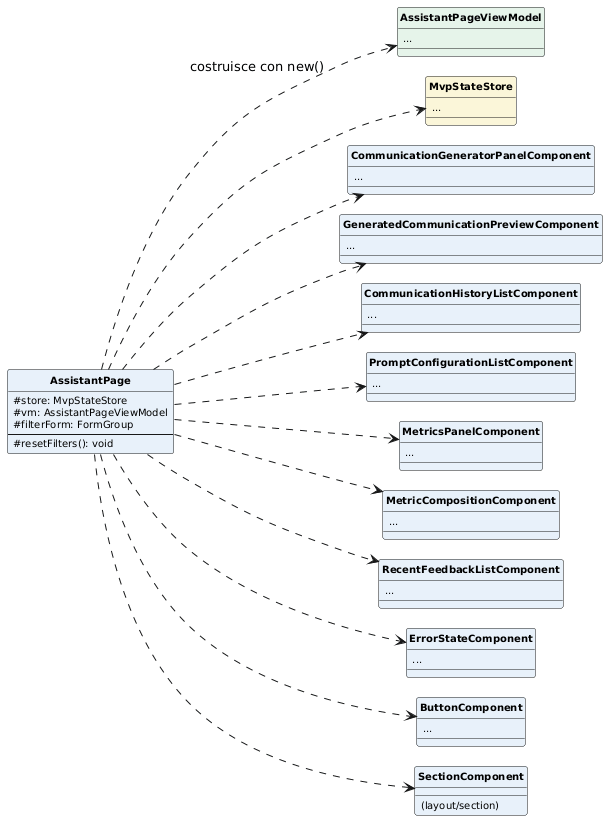
The PlantUML diagram PB/Specifica Tecnica/ImmaginiSpecificaTecnica/ClassiSingoleFrontendMicro/AssistantPageRelation.png in aLittleByte-19/Documentazione, before a commit.
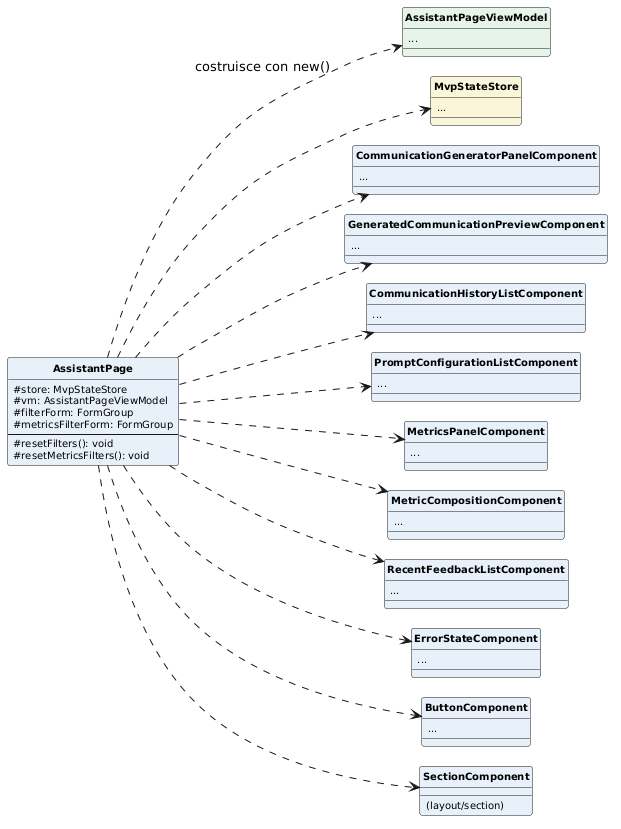
After the change.

What changed in the source:
```diff
@@ -14,8 +14,10 @@
   #store: MvpStateStore
   #vm: AssistantPageViewModel
   #filterForm: FormGroup
+  #metricsFilterForm: FormGroup
   --
   #resetFilters(): void
+  #resetMetricsFilters(): void
 }
 
 class AssistantPageViewModel #E6F4EA {
```
